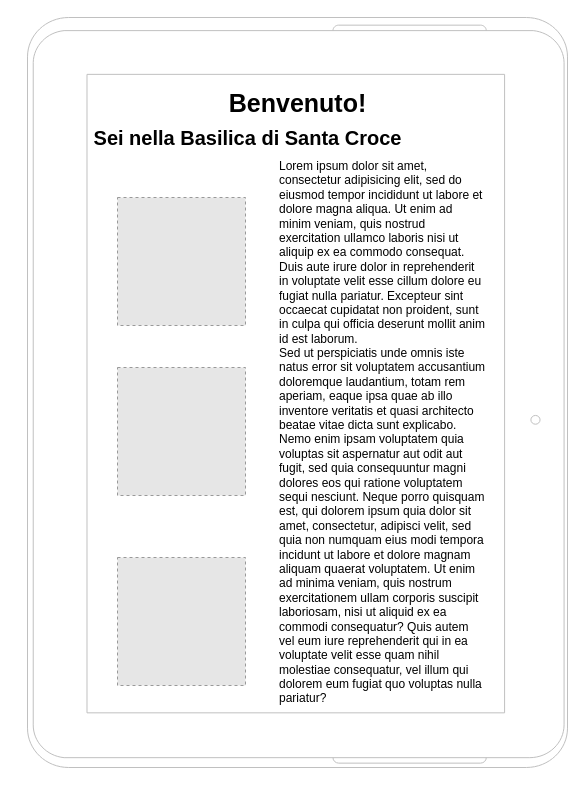
Earlier version of the draw.io diagram WireFrame.drawio (claudiaamorosi/2021-marconi-turismo-lecce). Source tidied: cells renumbered, new cells numbered last; positions are measured from the earlier drawing's top-left corner, leaving out a move shared by most shapes. Both pictures are drawn from the tidied source at 100%, with x=0, y=0 at pixel (27, 17). Pictures stored in the file or linked from it are replaced by grey dashed boxes.
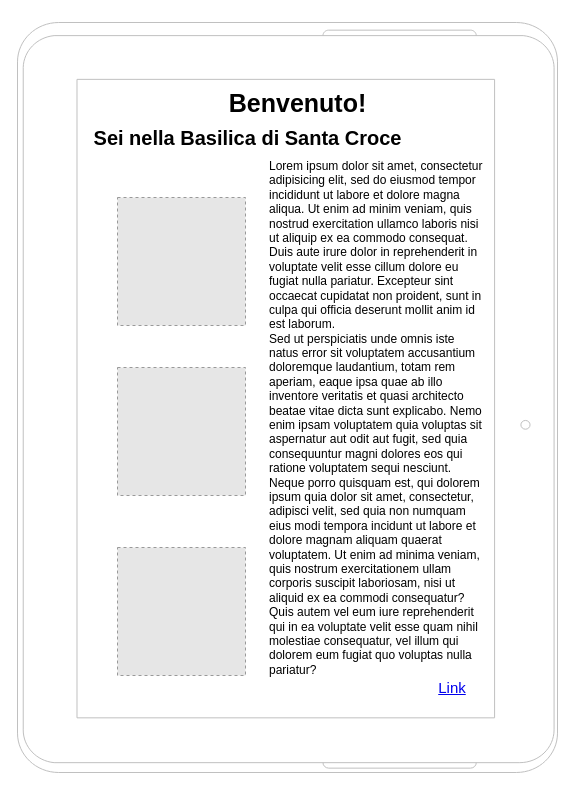
Above is the later version.

Diff of the diagram source:
```diff
@@
 <mxGraphModel>
   <root>
     <mxCell id="0" />
     <mxCell id="1" parent="0" />
     <mxCell id="2" style="verticalLabelPosition=bottom;verticalAlign=top;html=1;shadow=0;dashed=0;strokeWidth=1;shape=mxgraph.android.tab2;strokeColor=#c0c0c0;" parent="1" vertex="1">
-      <mxGeometry width="540" height="750" as="geometry" />
+      <mxGeometry x="-10" y="5" width="540" height="750" as="geometry" />
     </mxCell>
     <mxCell id="3" value="&lt;font style=&quot;font-size: 20px&quot;&gt;&lt;b&gt;Sei nella Basilica di Santa Croce&lt;/b&gt;&lt;/font&gt;" style="text;html=1;align=center;verticalAlign=middle;fillColor=none;strokeColor=none;rounded=0;" parent="1" vertex="1">
       <mxGeometry x="60" y="110" width="320" height="20" as="geometry" />
     </mxCell>
     <mxCell id="4" value="&lt;font size=&quot;1&quot;&gt;&lt;b style=&quot;font-size: 25px&quot;&gt;Benvenuto!&lt;/b&gt;&lt;/font&gt;" style="text;html=1;align=center;verticalAlign=middle;fillColor=none;strokeColor=none;rounded=0;" parent="1" vertex="1">
       <mxGeometry x="195" y="70" width="150" height="30" as="geometry" />
     </mxCell>
     <mxCell id="5" value="Lorem ipsum dolor sit amet, consectetur adipisicing elit, sed do eiusmod tempor incididunt ut labore et dolore magna aliqua. Ut enim ad minim veniam, quis nostrud exercitation ullamco laboris nisi ut aliquip ex ea commodo consequat. Duis aute irure dolor in reprehenderit in voluptate velit esse cillum dolore eu fugiat nulla pariatur. Excepteur sint occaecat cupidatat non proident, sunt in culpa qui officia deserunt mollit anim id est laborum.&#10;Sed ut perspiciatis unde omnis iste natus error sit voluptatem accusantium doloremque laudantium, totam rem aperiam, eaque ipsa quae ab illo inventore veritatis et quasi architecto beatae vitae dicta sunt explicabo. Nemo enim ipsam voluptatem quia voluptas sit aspernatur aut odit aut fugit, sed quia consequuntur magni dolores eos qui ratione voluptatem sequi nesciunt. Neque porro quisquam est, qui dolorem ipsum quia dolor sit amet, consectetur, adipisci velit, sed quia non numquam eius modi tempora incidunt ut labore et dolore magnam aliquam quaerat voluptatem. Ut enim ad minima veniam, quis nostrum exercitationem ullam corporis suscipit laboriosam, nisi ut aliquid ex ea commodi consequatur? Quis autem vel eum iure reprehenderit qui in ea voluptate velit esse quam nihil molestiae consequatur, vel illum qui dolorem eum fugiat quo voluptas nulla pariatur?" style="text;spacingTop=-5;whiteSpace=wrap;html=1;align=left;fontSize=12;fontFamily=Helvetica;fillColor=none;strokeColor=none;" parent="1" vertex="1">
-      <mxGeometry x="250" y="140" width="210" height="490" as="geometry" />
+      <mxGeometry x="240" y="140" width="220" height="500" as="geometry" />
     </mxCell>
     <mxCell id="6" style="fillColor=#E6E6E6;strokeColor=#999999;dashed=1;html=1;verticalAlign=top;verticalLabelPosition=bottom;labelBackgroundColor=#ffffff;" parent="1" vertex="1">
-      <mxGeometry x="90" y="540" width="128" height="128" as="geometry" />
+      <mxGeometry x="90" y="530" width="128" height="128" as="geometry" />
     </mxCell>
     <mxCell id="7" style="fillColor=#E6E6E6;strokeColor=#999999;dashed=1;html=1;verticalAlign=top;verticalLabelPosition=bottom;labelBackgroundColor=#ffffff;" parent="1" vertex="1">
       <mxGeometry x="90" y="180" width="128" height="128" as="geometry" />
     </mxCell>
     <mxCell id="8" style="fillColor=#E6E6E6;strokeColor=#999999;dashed=1;html=1;verticalAlign=top;verticalLabelPosition=bottom;labelBackgroundColor=#ffffff;" parent="1" vertex="1">
       <mxGeometry x="90" y="350" width="128" height="128" as="geometry" />
     </mxCell>
+    <mxCell id="9" value="&lt;font style=&quot;font-size: 15px&quot;&gt;Link&lt;/font&gt;" style="text;html=1;strokeColor=none;fillColor=none;whiteSpace=wrap;align=center;verticalAlign=middle;fontColor=#0000EE;fontStyle=4;" parent="1" vertex="1">
+      <mxGeometry x="390" y="650" width="70" height="40" as="geometry" />
+    </mxCell>
   </root>
 </mxGraphModel>
```
